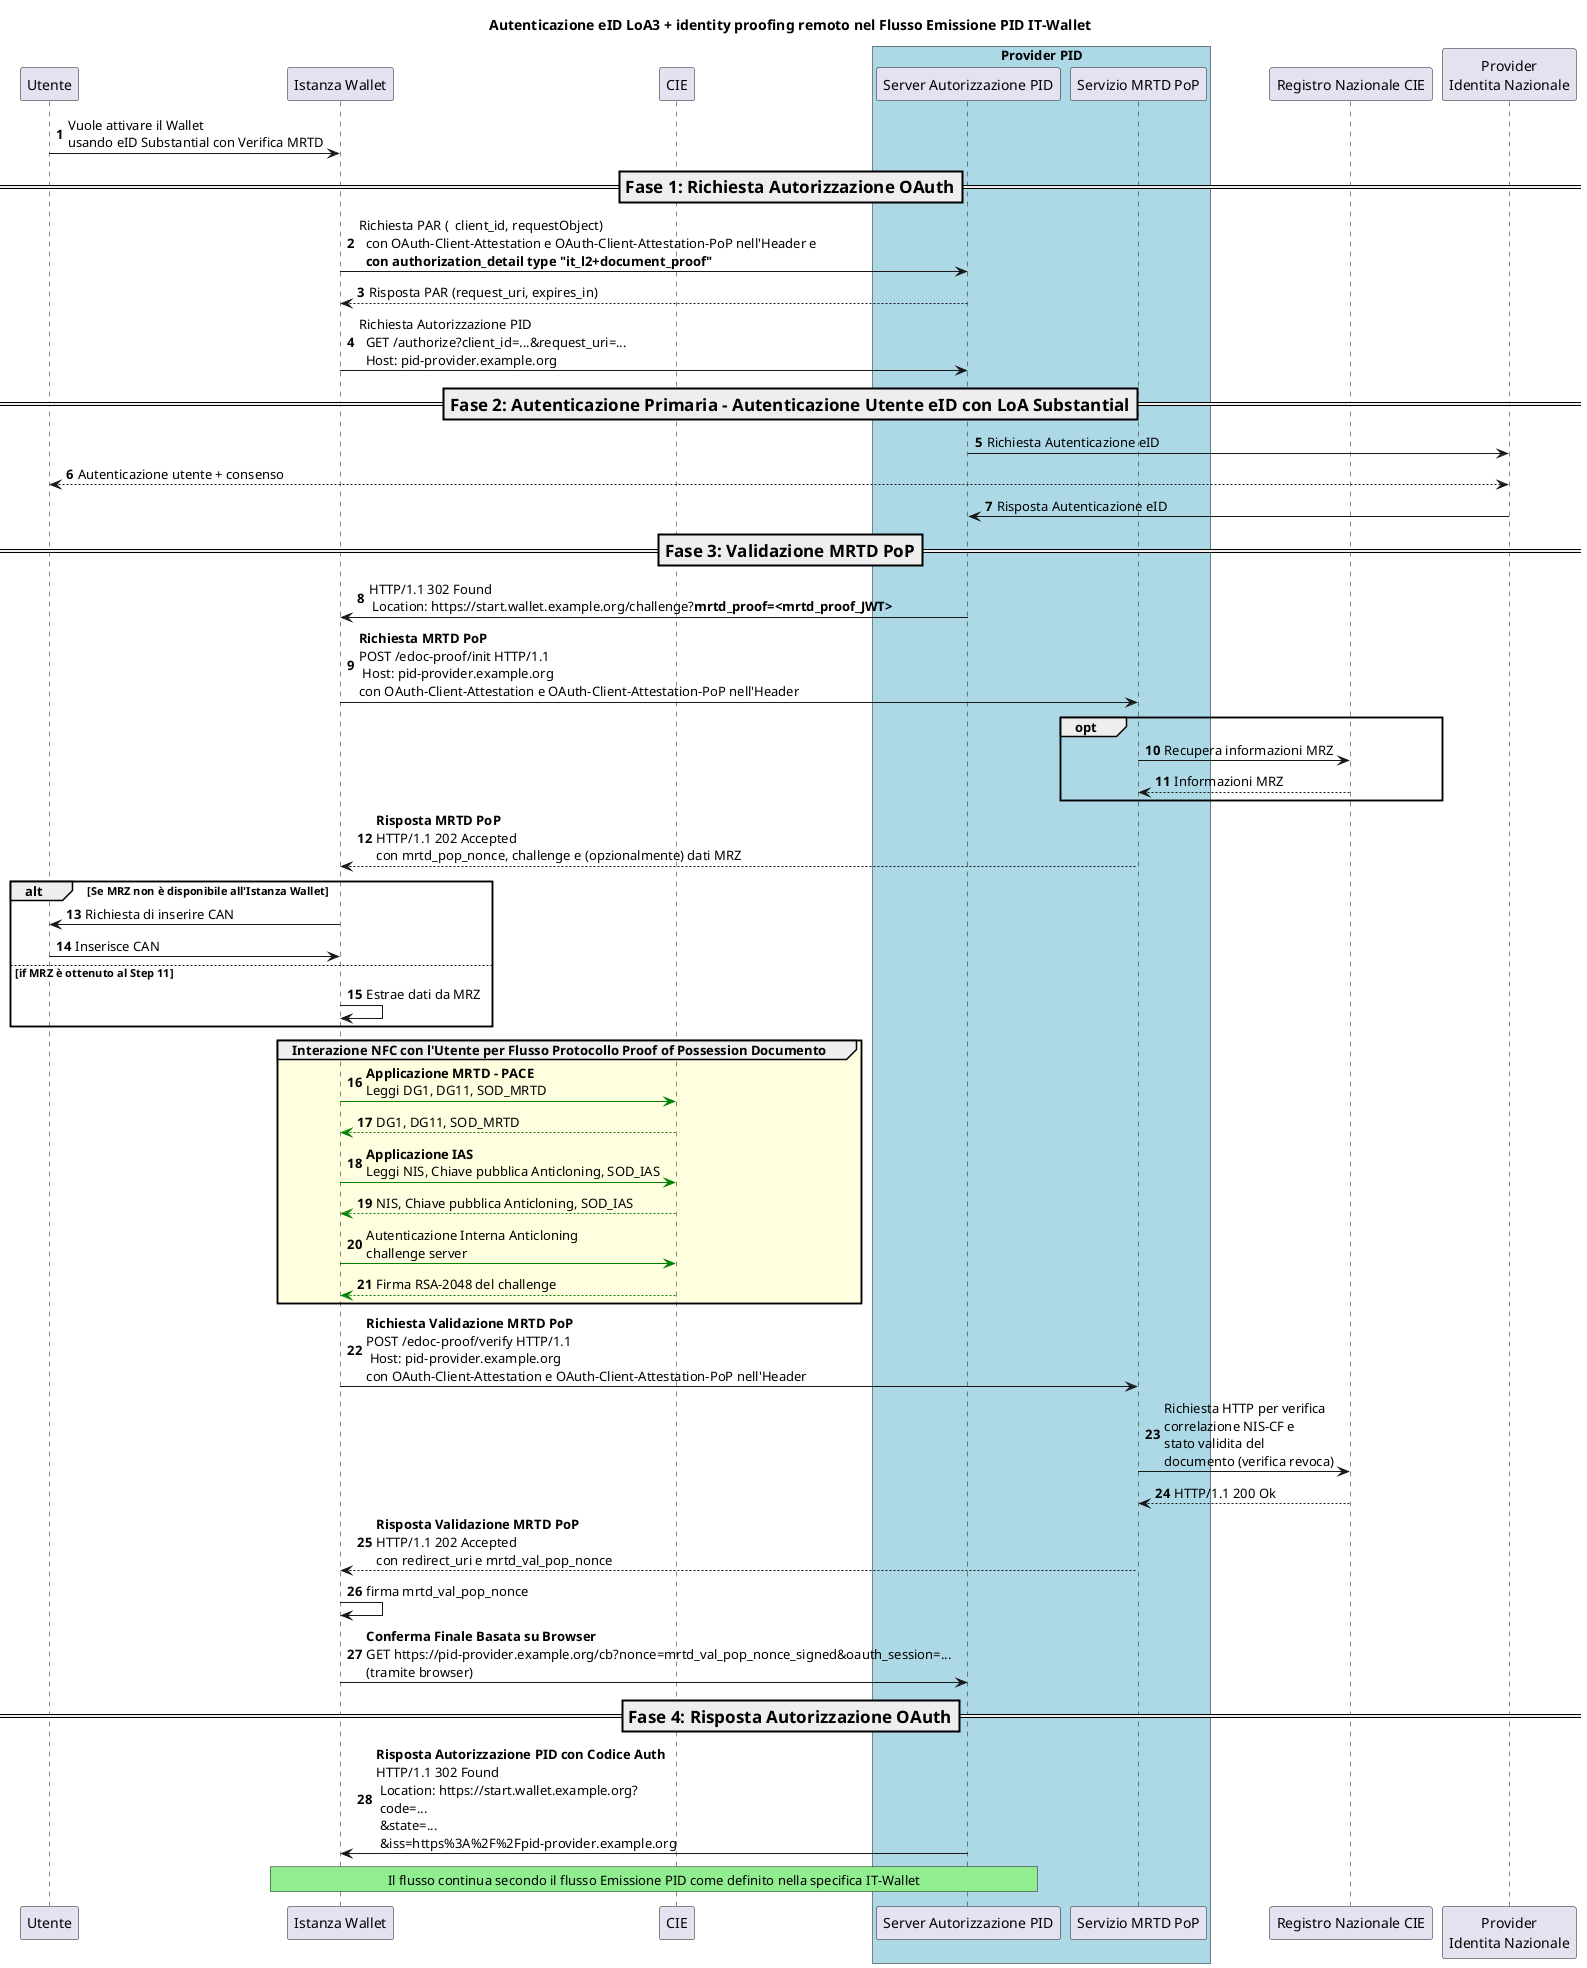
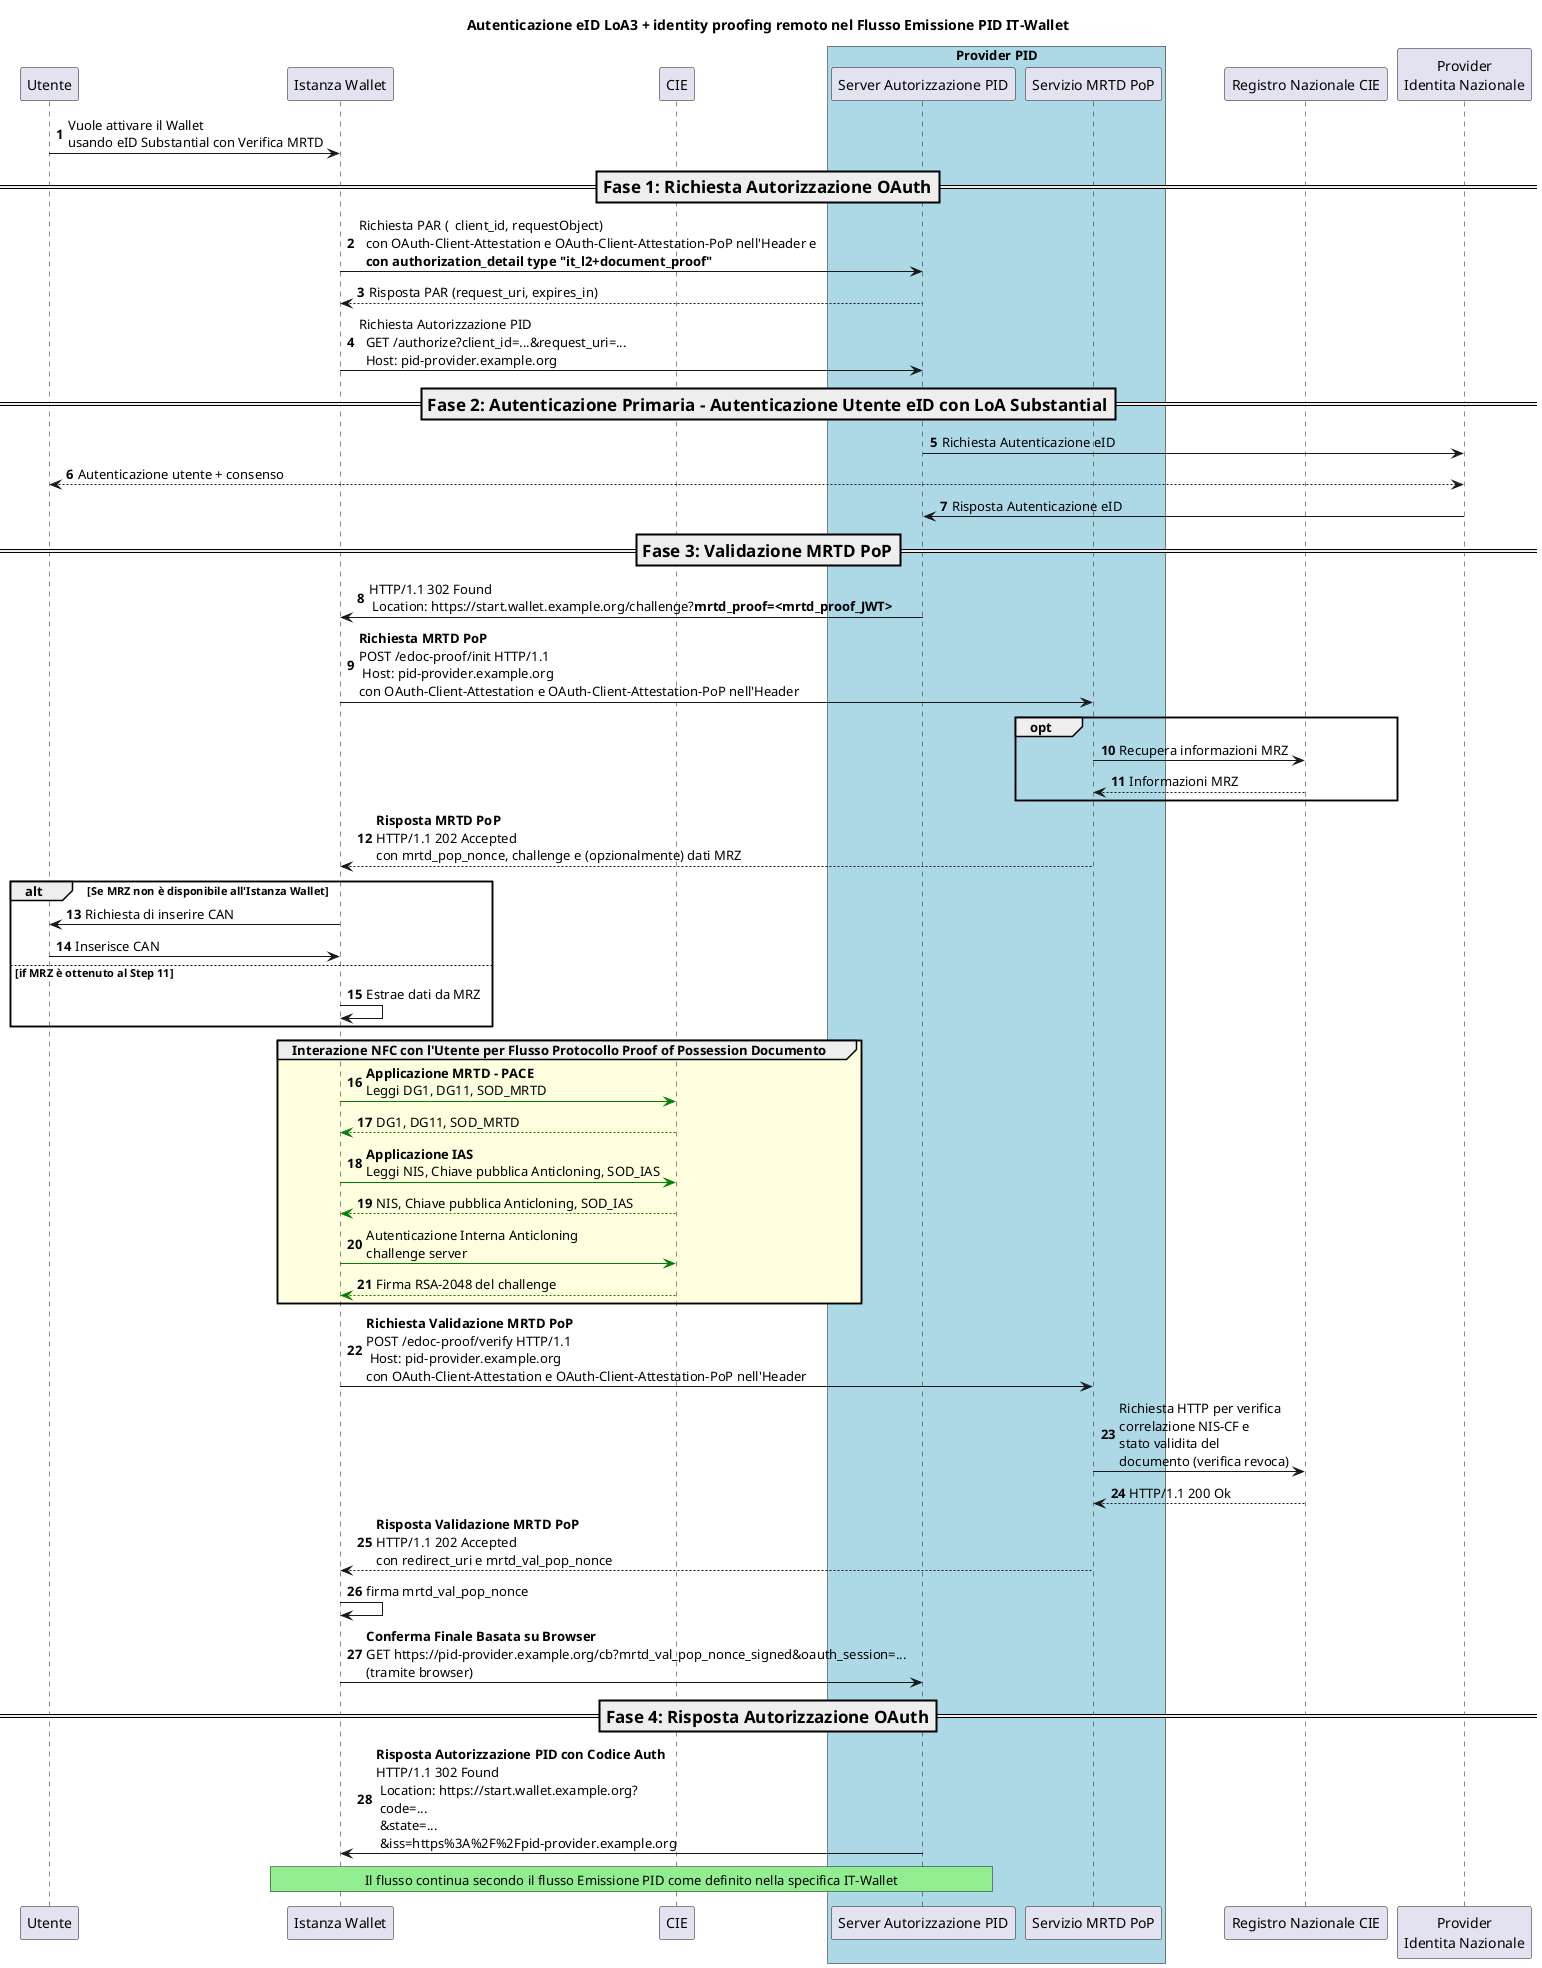
@startuml Autenticazione eID LoA3 + identity proofing remoto nel Flusso Emissione PID IT-Wallet
'!theme cerulean-outline
autonumber
participant "Utente" as U
participant "Istanza Wallet" as A
participant "CIE" as C
box  "Provider PID" #LightBlue
participant "Server Autorizzazione PID" as AS
participant "Servizio MRTD PoP" as DPOPS
end box
participant "Registro Nazionale CIE" as MIN
participant "Provider\nIdentita Nazionale" as IDP


title Autenticazione eID LoA3 + identity proofing remoto nel Flusso Emissione PID IT-Wallet

U -> A: Vuole attivare il Wallet \nusando eID Substantial con Verifica MRTD

=== Fase 1: Richiesta Autorizzazione OAuth ==
A -> AS : Richiesta PAR (  client_id, requestObject) \n  con OAuth-Client-Attestation e OAuth-Client-Attestation-PoP nell'Header e\n  **con authorization_detail type "it_l2+document_proof"**

AS --> A : Risposta PAR (request_uri, expires_in)
A -> AS: Richiesta Autorizzazione PID \n  GET /authorize?client_id=...&request_uri=...\n  Host: pid-provider.example.org

=== Fase 2: Autenticazione Primaria - Autenticazione Utente eID con LoA Substantial ==
AS -> IDP: Richiesta Autenticazione eID
IDP <--> U: Autenticazione utente + consenso
IDP -> AS: Risposta Autenticazione eID

=== Fase 3: Validazione MRTD PoP ==
AS -> A: HTTP/1.1 302 Found\n Location: https://start.wallet.example.org/challenge?**mrtd_proof=<mrtd_proof_JWT>**

A -> DPOPS: **Richiesta MRTD PoP**\nPOST /edoc-proof/init HTTP/1.1\n Host: pid-provider.example.org\ncon OAuth-Client-Attestation e OAuth-Client-Attestation-PoP nell'Header

opt
    DPOPS -> MIN:  Recupera informazioni MRZ
    MIN --> DPOPS: Informazioni MRZ
end

DPOPS --> A: **Risposta MRTD PoP**\nHTTP/1.1 202 Accepted\ncon mrtd_pop_nonce, challenge e (opzionalmente) dati MRZ

alt Se MRZ non è disponibile all'Istanza Wallet
    A -> U: Richiesta di inserire CAN
    U -> A: Inserisce CAN
else if MRZ è ottenuto al Step 11
    A -> A: Estrae dati da MRZ
end

group #LightYellow Interazione NFC con l'Utente per Flusso Protocollo Proof of Possession Documento
    A -[#green]> C : **Applicazione MRTD - PACE**\nLeggi DG1, DG11, SOD_MRTD
    C --[#green]> A : DG1, DG11, SOD_MRTD

    A -[#green]> C : **Applicazione IAS**\nLeggi NIS, Chiave pubblica Anticloning, SOD_IAS
    C --[#green]> A : NIS, Chiave pubblica Anticloning, SOD_IAS
    A -[#green]> C: Autenticazione Interna Anticloning\nchallenge server
    C --[#green]> A : Firma RSA-2048 del challenge
end

A -> DPOPS: **Richiesta Validazione MRTD PoP**\nPOST /edoc-proof/verify HTTP/1.1\n Host: pid-provider.example.org\ncon OAuth-Client-Attestation e OAuth-Client-Attestation-PoP nell'Header

DPOPS -> MIN: Richiesta HTTP per verifica \ncorrelazione NIS-CF e\nstato validita del \ndocumento (verifica revoca)

MIN --> DPOPS: HTTP/1.1 200 Ok

DPOPS --> A: **Risposta Validazione MRTD PoP**\nHTTP/1.1 202 Accepted\ncon redirect_uri e mrtd_val_pop_nonce

A -> A: firma mrtd_val_pop_nonce

- A -> AS: **Conferma Finale Basata su Browser**\nGET https://pid-provider.example.org/cb?nonce=mrtd_val_pop_nonce_signed&oauth_session=...\n(tramite browser)
+ A -> AS: **Conferma Finale Basata su Browser**\nGET https://pid-provider.example.org/cb?mrtd_val_pop_nonce_signed&oauth_session=...\n(tramite browser)

=== Fase 4: Risposta Autorizzazione OAuth ==
AS -> A: **Risposta Autorizzazione PID con Codice Auth**\nHTTP/1.1 302 Found\n Location: https://start.wallet.example.org?\n code=...\n &state=...\n &iss=https%3A%2F%2Fpid-provider.example.org

rnote over A,AS #LIGHTGREEN
Il flusso continua secondo il flusso Emissione PID come definito nella specifica IT-Wallet
endrnote
@enduml